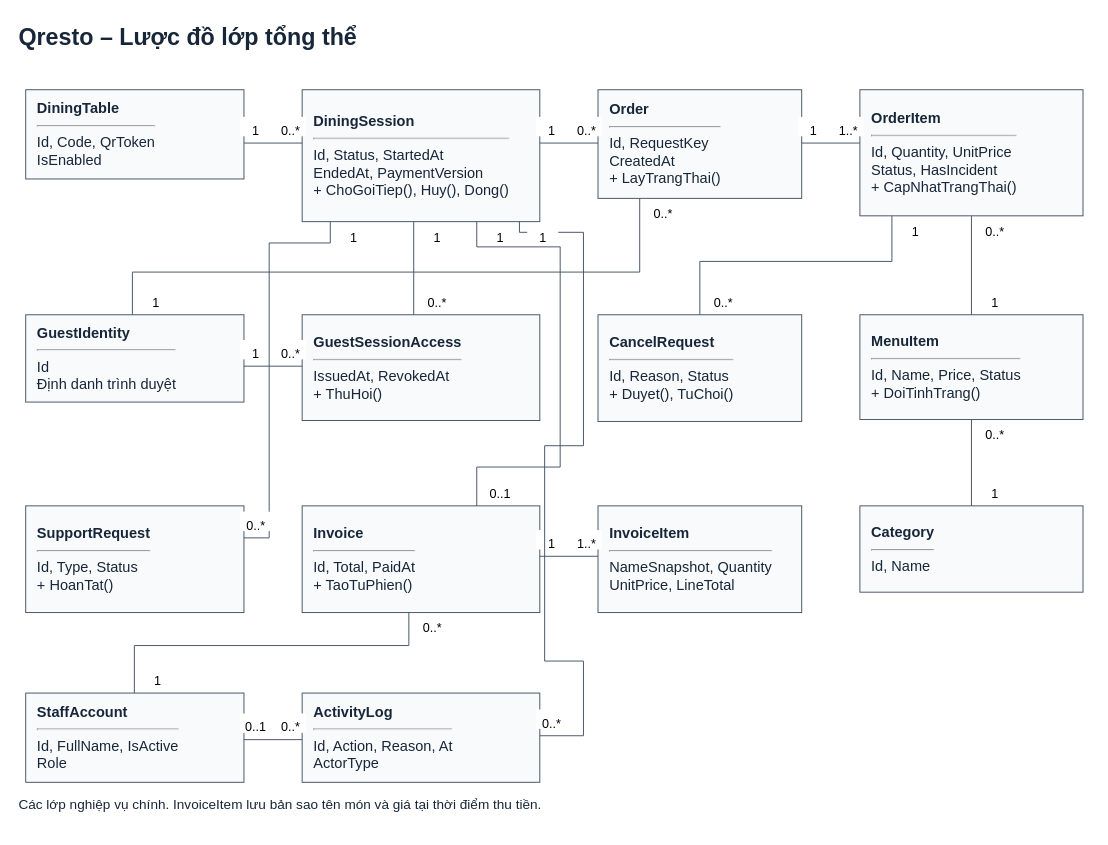
Above: docs/giua-ky/so-do/Qresto_Lop_Tong_The.drawio in Duy26112006/Qresto (draw.io), before the change. Source tidied: cells renumbered, new cells numbered last; positions are measured from the earlier drawing's top-left corner, leaving out a move shared by most shapes. Both pictures are drawn from the tidied source at 97%, with x=0, y=0 at pixel (16, 16).
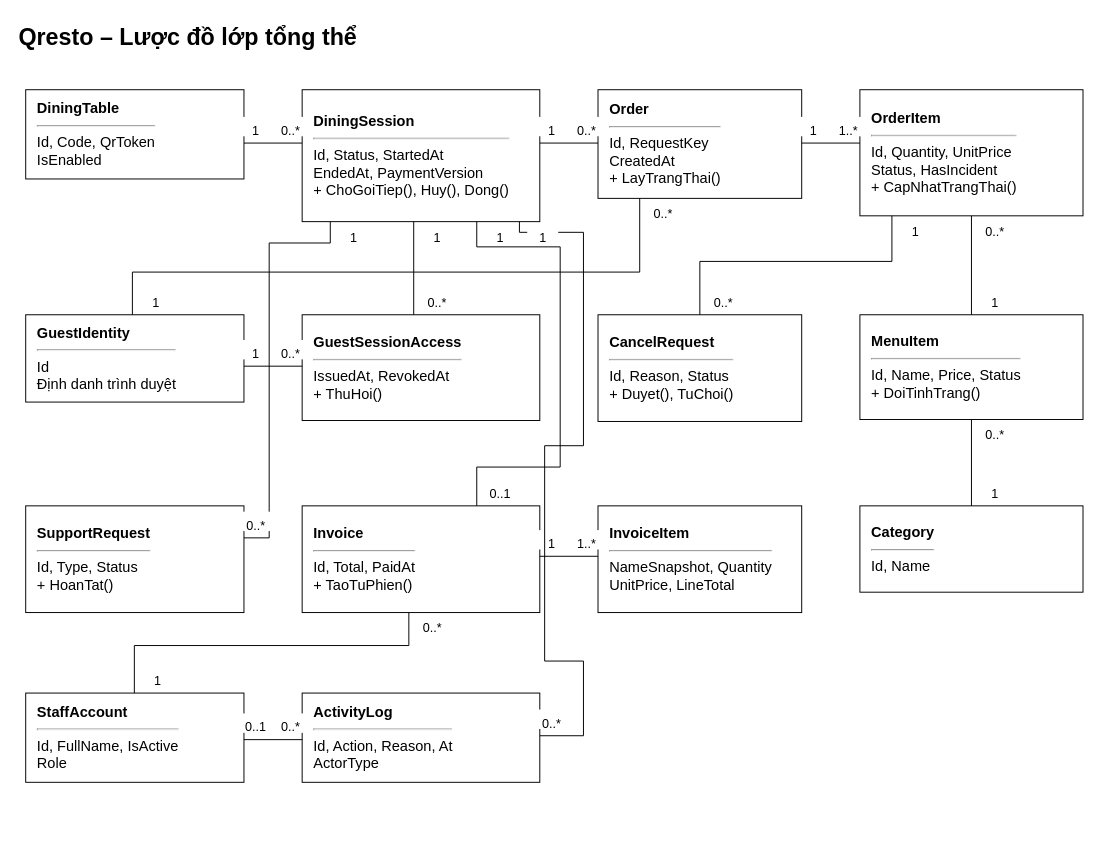
Above is the later version.

The edit, as a diff of the source:
```diff
@@
-<mxGraphModel>
+<mxGraphModel background="#ffffff">
@@
-    <mxCell id="2" value="Qresto – Lược đồ lớp tổng thể" style="text;html=1;align=left;fontSize=24;fontStyle=1;fontColor=#172638;" parent="1" vertex="1">
+    <mxCell id="2" value="Qresto – Lược đồ lớp tổng thể" style="text;html=1;align=left;fontSize=24;fontStyle=1;fontColor=#000000;" parent="1" vertex="1">
       <mxGeometry width="1108" height="40" as="geometry" />
     </mxCell>
-    <mxCell id="3" value="Các lớp nghiệp vụ chính. InvoiceItem lưu bản sao tên món và giá tại thời điểm thu tiền." style="text;html=1;align=left;fontSize=14;fontStyle=0;fontColor=#172638;" parent="1" vertex="1">
-      <mxGeometry y="797" width="1108" height="40" as="geometry" />
-    </mxCell>
-    <mxCell id="4" value="&lt;b&gt;DiningTable&lt;/b&gt;&lt;hr&gt;Id, Code, QrToken&lt;br&gt;IsEnabled" style="rounded=0;align=left;spacingLeft=10;html=1;whiteSpace=wrap;fillColor=#f8fafc;strokeColor=#475569;fontColor=#172638;fontSize=15;" parent="1" vertex="1">
+    <mxCell id="4" value="&lt;b&gt;DiningTable&lt;/b&gt;&lt;hr&gt;Id, Code, QrToken&lt;br&gt;IsEnabled" style="rounded=0;align=left;spacingLeft=10;html=1;whiteSpace=wrap;fillColor=#ffffff;strokeColor=#000000;fontColor=#000000;fontSize=15;" parent="1" vertex="1">
       <mxGeometry x="9" y="75" width="225" height="92" as="geometry" />
     </mxCell>
-    <mxCell id="5" value="&lt;b&gt;DiningSession&lt;/b&gt;&lt;hr&gt;Id, Status, StartedAt&lt;br&gt;EndedAt, PaymentVersion&lt;br&gt;+ ChoGoiTiep(), Huy(), Dong()" style="rounded=0;align=left;spacingLeft=10;html=1;whiteSpace=wrap;fillColor=#f8fafc;strokeColor=#475569;fontColor=#172638;fontSize=15;" parent="1" vertex="1">
+    <mxCell id="5" value="&lt;b&gt;DiningSession&lt;/b&gt;&lt;hr&gt;Id, Status, StartedAt&lt;br&gt;EndedAt, PaymentVersion&lt;br&gt;+ ChoGoiTiep(), Huy(), Dong()" style="rounded=0;align=left;spacingLeft=10;html=1;whiteSpace=wrap;fillColor=#ffffff;strokeColor=#000000;fontColor=#000000;fontSize=15;" parent="1" vertex="1">
       <mxGeometry x="294" y="75" width="245" height="136" as="geometry" />
     </mxCell>
-    <mxCell id="6" value="&lt;b&gt;Order&lt;/b&gt;&lt;hr&gt;Id, RequestKey&lt;br&gt;CreatedAt&lt;br&gt;+ LayTrangThai()" style="rounded=0;align=left;spacingLeft=10;html=1;whiteSpace=wrap;fillColor=#f8fafc;strokeColor=#475569;fontColor=#172638;fontSize=15;" parent="1" vertex="1">
+    <mxCell id="6" value="&lt;b&gt;Order&lt;/b&gt;&lt;hr&gt;Id, RequestKey&lt;br&gt;CreatedAt&lt;br&gt;+ LayTrangThai()" style="rounded=0;align=left;spacingLeft=10;html=1;whiteSpace=wrap;fillColor=#ffffff;strokeColor=#000000;fontColor=#000000;fontSize=15;" parent="1" vertex="1">
       <mxGeometry x="599" y="75" width="210" height="112" as="geometry" />
     </mxCell>
-    <mxCell id="7" value="&lt;b&gt;OrderItem&lt;/b&gt;&lt;hr&gt;Id, Quantity, UnitPrice&lt;br&gt;Status, HasIncident&lt;br&gt;+ CapNhatTrangThai()" style="rounded=0;align=left;spacingLeft=10;html=1;whiteSpace=wrap;fillColor=#f8fafc;strokeColor=#475569;fontColor=#172638;fontSize=15;" parent="1" vertex="1">
+    <mxCell id="7" value="&lt;b&gt;OrderItem&lt;/b&gt;&lt;hr&gt;Id, Quantity, UnitPrice&lt;br&gt;Status, HasIncident&lt;br&gt;+ CapNhatTrangThai()" style="rounded=0;align=left;spacingLeft=10;html=1;whiteSpace=wrap;fillColor=#ffffff;strokeColor=#000000;fontColor=#000000;fontSize=15;" parent="1" vertex="1">
       <mxGeometry x="869" y="75" width="230" height="130" as="geometry" />
     </mxCell>
-    <mxCell id="8" value="&lt;b&gt;GuestIdentity&lt;/b&gt;&lt;hr&gt;Id&lt;br&gt;Định danh trình duyệt" style="rounded=0;align=left;spacingLeft=10;html=1;whiteSpace=wrap;fillColor=#f8fafc;strokeColor=#475569;fontColor=#172638;fontSize=15;" parent="1" vertex="1">
+    <mxCell id="8" value="&lt;b&gt;GuestIdentity&lt;/b&gt;&lt;hr&gt;Id&lt;br&gt;Định danh trình duyệt" style="rounded=0;align=left;spacingLeft=10;html=1;whiteSpace=wrap;fillColor=#ffffff;strokeColor=#000000;fontColor=#000000;fontSize=15;" parent="1" vertex="1">
       <mxGeometry x="9" y="307" width="225" height="90" as="geometry" />
     </mxCell>
-    <mxCell id="9" value="&lt;b&gt;GuestSessionAccess&lt;/b&gt;&lt;hr&gt;IssuedAt, RevokedAt&lt;br&gt;+ ThuHoi()" style="rounded=0;align=left;spacingLeft=10;html=1;whiteSpace=wrap;fillColor=#f8fafc;strokeColor=#475569;fontColor=#172638;fontSize=15;" parent="1" vertex="1">
+    <mxCell id="9" value="&lt;b&gt;GuestSessionAccess&lt;/b&gt;&lt;hr&gt;IssuedAt, RevokedAt&lt;br&gt;+ ThuHoi()" style="rounded=0;align=left;spacingLeft=10;html=1;whiteSpace=wrap;fillColor=#ffffff;strokeColor=#000000;fontColor=#000000;fontSize=15;" parent="1" vertex="1">
       <mxGeometry x="294" y="307" width="245" height="109" as="geometry" />
     </mxCell>
-    <mxCell id="10" value="&lt;b&gt;MenuItem&lt;/b&gt;&lt;hr&gt;Id, Name, Price, Status&lt;br&gt;+ DoiTinhTrang()" style="rounded=0;align=left;spacingLeft=10;html=1;whiteSpace=wrap;fillColor=#f8fafc;strokeColor=#475569;fontColor=#172638;fontSize=15;" parent="1" vertex="1">
+    <mxCell id="10" value="&lt;b&gt;MenuItem&lt;/b&gt;&lt;hr&gt;Id, Name, Price, Status&lt;br&gt;+ DoiTinhTrang()" style="rounded=0;align=left;spacingLeft=10;html=1;whiteSpace=wrap;fillColor=#ffffff;strokeColor=#000000;fontColor=#000000;fontSize=15;" parent="1" vertex="1">
       <mxGeometry x="869" y="307" width="230" height="108" as="geometry" />
     </mxCell>
-    <mxCell id="11" value="&lt;b&gt;Category&lt;/b&gt;&lt;hr&gt;Id, Name" style="rounded=0;align=left;spacingLeft=10;html=1;whiteSpace=wrap;fillColor=#f8fafc;strokeColor=#475569;fontColor=#172638;fontSize=15;" parent="1" vertex="1">
+    <mxCell id="11" value="&lt;b&gt;Category&lt;/b&gt;&lt;hr&gt;Id, Name" style="rounded=0;align=left;spacingLeft=10;html=1;whiteSpace=wrap;fillColor=#ffffff;strokeColor=#000000;fontColor=#000000;fontSize=15;" parent="1" vertex="1">
       <mxGeometry x="869" y="504" width="230" height="89" as="geometry" />
     </mxCell>
-    <mxCell id="12" value="&lt;b&gt;CancelRequest&lt;/b&gt;&lt;hr&gt;Id, Reason, Status&lt;br&gt;+ Duyet(), TuChoi()" style="rounded=0;align=left;spacingLeft=10;html=1;whiteSpace=wrap;fillColor=#f8fafc;strokeColor=#475569;fontColor=#172638;fontSize=15;" parent="1" vertex="1">
+    <mxCell id="12" value="&lt;b&gt;CancelRequest&lt;/b&gt;&lt;hr&gt;Id, Reason, Status&lt;br&gt;+ Duyet(), TuChoi()" style="rounded=0;align=left;spacingLeft=10;html=1;whiteSpace=wrap;fillColor=#ffffff;strokeColor=#000000;fontColor=#000000;fontSize=15;" parent="1" vertex="1">
       <mxGeometry x="599" y="307" width="210" height="110" as="geometry" />
     </mxCell>
-    <mxCell id="13" value="&lt;b&gt;Invoice&lt;/b&gt;&lt;hr&gt;Id, Total, PaidAt&lt;br&gt;+ TaoTuPhien()" style="rounded=0;align=left;spacingLeft=10;html=1;whiteSpace=wrap;fillColor=#f8fafc;strokeColor=#475569;fontColor=#172638;fontSize=15;" parent="1" vertex="1">
+    <mxCell id="13" value="&lt;b&gt;Invoice&lt;/b&gt;&lt;hr&gt;Id, Total, PaidAt&lt;br&gt;+ TaoTuPhien()" style="rounded=0;align=left;spacingLeft=10;html=1;whiteSpace=wrap;fillColor=#ffffff;strokeColor=#000000;fontColor=#000000;fontSize=15;" parent="1" vertex="1">
       <mxGeometry x="294" y="504" width="245" height="110" as="geometry" />
     </mxCell>
-    <mxCell id="14" value="&lt;b&gt;SupportRequest&lt;/b&gt;&lt;hr&gt;Id, Type, Status&lt;br&gt;+ HoanTat()" style="rounded=0;align=left;spacingLeft=10;html=1;whiteSpace=wrap;fillColor=#f8fafc;strokeColor=#475569;fontColor=#172638;fontSize=15;" parent="1" vertex="1">
+    <mxCell id="14" value="&lt;b&gt;SupportRequest&lt;/b&gt;&lt;hr&gt;Id, Type, Status&lt;br&gt;+ HoanTat()" style="rounded=0;align=left;spacingLeft=10;html=1;whiteSpace=wrap;fillColor=#ffffff;strokeColor=#000000;fontColor=#000000;fontSize=15;" parent="1" vertex="1">
       <mxGeometry x="9" y="504" width="225" height="110" as="geometry" />
     </mxCell>
-    <mxCell id="15" value="&lt;b&gt;InvoiceItem&lt;/b&gt;&lt;hr&gt;NameSnapshot, Quantity&lt;br&gt;UnitPrice, LineTotal" style="rounded=0;align=left;spacingLeft=10;html=1;whiteSpace=wrap;fillColor=#f8fafc;strokeColor=#475569;fontColor=#172638;fontSize=15;" parent="1" vertex="1">
+    <mxCell id="15" value="&lt;b&gt;InvoiceItem&lt;/b&gt;&lt;hr&gt;NameSnapshot, Quantity&lt;br&gt;UnitPrice, LineTotal" style="rounded=0;align=left;spacingLeft=10;html=1;whiteSpace=wrap;fillColor=#ffffff;strokeColor=#000000;fontColor=#000000;fontSize=15;" parent="1" vertex="1">
       <mxGeometry x="599" y="504" width="210" height="110" as="geometry" />
     </mxCell>
-    <mxCell id="16" value="&lt;b&gt;StaffAccount&lt;/b&gt;&lt;hr&gt;Id, FullName, IsActive&lt;br&gt;Role" style="rounded=0;align=left;spacingLeft=10;html=1;whiteSpace=wrap;fillColor=#f8fafc;strokeColor=#475569;fontColor=#172638;fontSize=15;" parent="1" vertex="1">
+    <mxCell id="16" value="&lt;b&gt;StaffAccount&lt;/b&gt;&lt;hr&gt;Id, FullName, IsActive&lt;br&gt;Role" style="rounded=0;align=left;spacingLeft=10;html=1;whiteSpace=wrap;fillColor=#ffffff;strokeColor=#000000;fontColor=#000000;fontSize=15;" parent="1" vertex="1">
       <mxGeometry x="9" y="697" width="225" height="92" as="geometry" />
     </mxCell>
-    <mxCell id="17" value="&lt;b&gt;ActivityLog&lt;/b&gt;&lt;hr&gt;Id, Action, Reason, At&lt;br&gt;ActorType" style="rounded=0;align=left;spacingLeft=10;html=1;whiteSpace=wrap;fillColor=#f8fafc;strokeColor=#475569;fontColor=#172638;fontSize=15;" parent="1" vertex="1">
+    <mxCell id="17" value="&lt;b&gt;ActivityLog&lt;/b&gt;&lt;hr&gt;Id, Action, Reason, At&lt;br&gt;ActorType" style="rounded=0;align=left;spacingLeft=10;html=1;whiteSpace=wrap;fillColor=#ffffff;strokeColor=#000000;fontColor=#000000;fontSize=15;" parent="1" vertex="1">
       <mxGeometry x="294" y="697" width="245" height="92" as="geometry" />
     </mxCell>
-    <mxCell id="18" style="edgeStyle=segmentEdgeStyle;html=1;rounded=0;endArrow=none;strokeColor=#475569;fontSize=14;labelBackgroundColor=#ffffff;exitX=1.0;exitY=0.5978260869565217;entryX=0.0;entryY=0.40441176470588236;" parent="1" edge="1" source="4" target="5">
+    <mxCell id="18" style="edgeStyle=segmentEdgeStyle;html=1;rounded=0;endArrow=none;strokeColor=#000000;fontSize=14;labelBackgroundColor=#ffffff;exitX=1.0;exitY=0.5978260869565217;entryX=0.0;entryY=0.40441176470588236;" parent="1" edge="1" source="4" target="5">
       <mxGeometry relative="1" as="geometry" />
     </mxCell>
@@
-    <mxCell id="21" style="edgeStyle=segmentEdgeStyle;html=1;rounded=0;endArrow=none;strokeColor=#475569;fontSize=14;labelBackgroundColor=#ffffff;exitX=1.0;exitY=0.40441176470588236;entryX=0.0;entryY=0.49107142857142855;" parent="1" edge="1" source="5" target="6">
+    <mxCell id="21" style="edgeStyle=segmentEdgeStyle;html=1;rounded=0;endArrow=none;strokeColor=#000000;fontSize=14;labelBackgroundColor=#ffffff;exitX=1.0;exitY=0.40441176470588236;entryX=0.0;entryY=0.49107142857142855;" parent="1" edge="1" source="5" target="6">
       <mxGeometry relative="1" as="geometry" />
     </mxCell>
@@
-    <mxCell id="24" style="edgeStyle=segmentEdgeStyle;html=1;rounded=0;endArrow=none;strokeColor=#475569;fontSize=14;labelBackgroundColor=#ffffff;exitX=1.0;exitY=0.49107142857142855;entryX=0.0;entryY=0.4230769230769231;" parent="1" edge="1" source="6" target="7">
+    <mxCell id="24" style="edgeStyle=segmentEdgeStyle;html=1;rounded=0;endArrow=none;strokeColor=#000000;fontSize=14;labelBackgroundColor=#ffffff;exitX=1.0;exitY=0.49107142857142855;entryX=0.0;entryY=0.4230769230769231;" parent="1" edge="1" source="6" target="7">
       <mxGeometry relative="1" as="geometry" />
     </mxCell>
@@
-    <mxCell id="27" style="edgeStyle=segmentEdgeStyle;html=1;rounded=0;endArrow=none;strokeColor=#475569;fontSize=14;labelBackgroundColor=#ffffff;exitX=0.5;exitY=1.0;entryX=0.5;entryY=0.0;" parent="1" edge="1" source="7" target="10">
+    <mxCell id="27" style="edgeStyle=segmentEdgeStyle;html=1;rounded=0;endArrow=none;strokeColor=#000000;fontSize=14;labelBackgroundColor=#ffffff;exitX=0.5;exitY=1.0;entryX=0.5;entryY=0.0;" parent="1" edge="1" source="7" target="10">
       <mxGeometry relative="1" as="geometry" />
     </mxCell>
@@
-    <mxCell id="30" style="edgeStyle=segmentEdgeStyle;html=1;rounded=0;endArrow=none;strokeColor=#475569;fontSize=14;labelBackgroundColor=#ffffff;exitX=0.5;exitY=0.0;entryX=0.5;entryY=1.0;" parent="1" edge="1" source="11" target="10">
+    <mxCell id="30" style="edgeStyle=segmentEdgeStyle;html=1;rounded=0;endArrow=none;strokeColor=#000000;fontSize=14;labelBackgroundColor=#ffffff;exitX=0.5;exitY=0.0;entryX=0.5;entryY=1.0;" parent="1" edge="1" source="11" target="10">
       <mxGeometry relative="1" as="geometry" />
     </mxCell>
@@
-    <mxCell id="33" style="edgeStyle=segmentEdgeStyle;html=1;rounded=0;endArrow=none;strokeColor=#475569;fontSize=14;labelBackgroundColor=#ffffff;exitX=0.14347826086956522;exitY=1.0;entryX=0.5;entryY=0.0;" parent="1" edge="1" source="7" target="12">
+    <mxCell id="33" style="edgeStyle=segmentEdgeStyle;html=1;rounded=0;endArrow=none;strokeColor=#000000;fontSize=14;labelBackgroundColor=#ffffff;exitX=0.14347826086956522;exitY=1.0;entryX=0.5;entryY=0.0;" parent="1" edge="1" source="7" target="12">
       <mxGeometry relative="1" as="geometry">
         <Array as="points">
           <mxPoint x="902" y="252" />
           <mxPoint x="704" y="252" />
         </Array>
       </mxGeometry>
     </mxCell>
@@
-    <mxCell id="36" style="edgeStyle=segmentEdgeStyle;html=1;rounded=0;endArrow=none;strokeColor=#475569;fontSize=14;labelBackgroundColor=#ffffff;exitX=0.46938775510204084;exitY=1.0;entryX=0.46938775510204084;entryY=0.0;" parent="1" edge="1" source="5" target="9">
+    <mxCell id="36" style="edgeStyle=segmentEdgeStyle;html=1;rounded=0;endArrow=none;strokeColor=#000000;fontSize=14;labelBackgroundColor=#ffffff;exitX=0.46938775510204084;exitY=1.0;entryX=0.46938775510204084;entryY=0.0;" parent="1" edge="1" source="5" target="9">
       <mxGeometry relative="1" as="geometry" />
     </mxCell>
@@
-    <mxCell id="39" style="edgeStyle=segmentEdgeStyle;html=1;rounded=0;endArrow=none;strokeColor=#475569;fontSize=14;labelBackgroundColor=#ffffff;exitX=1.0;exitY=0.5888888888888889;entryX=0.0;entryY=0.48623853211009177;" parent="1" edge="1" source="8" target="9">
+    <mxCell id="39" style="edgeStyle=segmentEdgeStyle;html=1;rounded=0;endArrow=none;strokeColor=#000000;fontSize=14;labelBackgroundColor=#ffffff;exitX=1.0;exitY=0.5888888888888889;entryX=0.0;entryY=0.48623853211009177;" parent="1" edge="1" source="8" target="9">
       <mxGeometry relative="1" as="geometry" />
     </mxCell>
@@
-    <mxCell id="42" style="edgeStyle=segmentEdgeStyle;html=1;rounded=0;endArrow=none;strokeColor=#475569;fontSize=14;labelBackgroundColor=#ffffff;exitX=0.4888888888888889;exitY=0.0;entryX=0.20476190476190476;entryY=1.0;" parent="1" edge="1" source="8" target="6">
+    <mxCell id="42" style="edgeStyle=segmentEdgeStyle;html=1;rounded=0;endArrow=none;strokeColor=#000000;fontSize=14;labelBackgroundColor=#ffffff;exitX=0.4888888888888889;exitY=0.0;entryX=0.20476190476190476;entryY=1.0;" parent="1" edge="1" source="8" target="6">
       <mxGeometry relative="1" as="geometry">
         <Array as="points">
           <mxPoint x="119" y="263" />
           <mxPoint x="642" y="263" />
         </Array>
       </mxGeometry>
     </mxCell>
@@
-    <mxCell id="45" style="edgeStyle=segmentEdgeStyle;html=1;rounded=0;endArrow=none;strokeColor=#475569;fontSize=14;labelBackgroundColor=#ffffff;exitX=0.11836734693877551;exitY=1.0;entryX=1.0;entryY=0.3;" parent="1" edge="1" source="5" target="14">
+    <mxCell id="45" style="edgeStyle=segmentEdgeStyle;html=1;rounded=0;endArrow=none;strokeColor=#000000;fontSize=14;labelBackgroundColor=#ffffff;exitX=0.11836734693877551;exitY=1.0;entryX=1.0;entryY=0.3;" parent="1" edge="1" source="5" target="14">
       <mxGeometry relative="1" as="geometry">
         <Array as="points">
           <mxPoint x="323" y="233" />
           <mxPoint x="260" y="233" />
           <mxPoint x="260" y="537" />
         </Array>
       </mxGeometry>
     </mxCell>
@@
-    <mxCell id="48" style="edgeStyle=segmentEdgeStyle;html=1;rounded=0;endArrow=none;strokeColor=#475569;fontSize=14;labelBackgroundColor=#ffffff;exitX=0.7346938775510204;exitY=1.0;entryX=0.7346938775510204;entryY=0.0;" parent="1" edge="1" source="5" target="13">
+    <mxCell id="48" style="edgeStyle=segmentEdgeStyle;html=1;rounded=0;endArrow=none;strokeColor=#000000;fontSize=14;labelBackgroundColor=#ffffff;exitX=0.7346938775510204;exitY=1.0;entryX=0.7346938775510204;entryY=0.0;" parent="1" edge="1" source="5" target="13">
       <mxGeometry relative="1" as="geometry">
         <Array as="points">
           <mxPoint x="474" y="237" />
           <mxPoint x="560" y="237" />
           <mxPoint x="560" y="464" />
           <mxPoint x="474" y="464" />
         </Array>
       </mxGeometry>
     </mxCell>
@@
-    <mxCell id="51" style="edgeStyle=segmentEdgeStyle;html=1;rounded=0;endArrow=none;strokeColor=#475569;fontSize=14;labelBackgroundColor=#ffffff;exitX=1.0;exitY=0.4727272727272727;entryX=0.0;entryY=0.4727272727272727;" parent="1" edge="1" source="13" target="15">
+    <mxCell id="51" style="edgeStyle=segmentEdgeStyle;html=1;rounded=0;endArrow=none;strokeColor=#000000;fontSize=14;labelBackgroundColor=#ffffff;exitX=1.0;exitY=0.4727272727272727;entryX=0.0;entryY=0.4727272727272727;" parent="1" edge="1" source="13" target="15">
       <mxGeometry relative="1" as="geometry" />
     </mxCell>
@@
-    <mxCell id="54" style="edgeStyle=segmentEdgeStyle;html=1;rounded=0;endArrow=none;strokeColor=#475569;fontSize=14;labelBackgroundColor=#ffffff;exitX=0.49777777777777776;exitY=0.0;entryX=0.4489795918367347;entryY=1.0;" parent="1" edge="1" source="16" target="13">
+    <mxCell id="54" style="edgeStyle=segmentEdgeStyle;html=1;rounded=0;endArrow=none;strokeColor=#000000;fontSize=14;labelBackgroundColor=#ffffff;exitX=0.49777777777777776;exitY=0.0;entryX=0.4489795918367347;entryY=1.0;" parent="1" edge="1" source="16" target="13">
       <mxGeometry relative="1" as="geometry">
         <Array as="points">
           <mxPoint x="121" y="648" />
           <mxPoint x="404" y="648" />
         </Array>
       </mxGeometry>
     </mxCell>
@@
-    <mxCell id="57" style="edgeStyle=segmentEdgeStyle;html=1;rounded=0;endArrow=none;strokeColor=#475569;fontSize=14;labelBackgroundColor=#ffffff;exitX=0.9142857142857143;exitY=1.0;entryX=1.0;entryY=0.4782608695652174;" parent="1" edge="1" source="5" target="17">
+    <mxCell id="57" style="edgeStyle=segmentEdgeStyle;html=1;rounded=0;endArrow=none;strokeColor=#000000;fontSize=14;labelBackgroundColor=#ffffff;exitX=0.9142857142857143;exitY=1.0;entryX=1.0;entryY=0.4782608695652174;" parent="1" edge="1" source="5" target="17">
       <mxGeometry relative="1" as="geometry">
         <Array as="points">
           <mxPoint x="518" y="222" />
           <mxPoint x="584" y="222" />
           <mxPoint x="584" y="442" />
           <mxPoint x="544" y="442" />
           <mxPoint x="544" y="664" />
           <mxPoint x="584" y="664" />
           <mxPoint x="584" y="741" />
         </Array>
       </mxGeometry>
     </mxCell>
@@
-    <mxCell id="60" style="edgeStyle=segmentEdgeStyle;html=1;rounded=0;endArrow=none;strokeColor=#475569;fontSize=14;labelBackgroundColor=#ffffff;exitX=1.0;exitY=0.5217391304347826;entryX=0.0;entryY=0.5217391304347826;" parent="1" edge="1" source="16" target="17">
+    <mxCell id="60" style="edgeStyle=segmentEdgeStyle;html=1;rounded=0;endArrow=none;strokeColor=#000000;fontSize=14;labelBackgroundColor=#ffffff;exitX=1.0;exitY=0.5217391304347826;entryX=0.0;entryY=0.5217391304347826;" parent="1" edge="1" source="16" target="17">
       <mxGeometry relative="1" as="geometry" />
     </mxCell>
```
